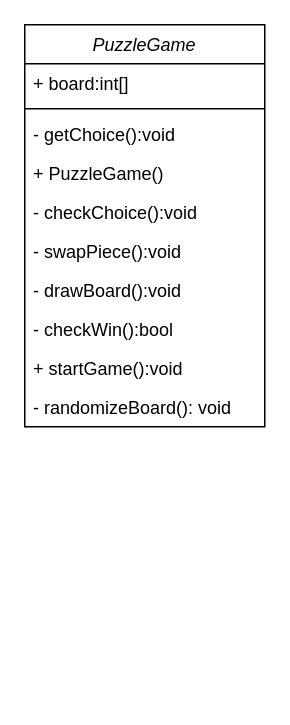
Earlier version of the draw.io diagram schema/puzzle class.drawio (deeperj/rust). Source tidied: cells renumbered, new cells numbered last; positions are measured from the earlier drawing's top-left corner, leaving out a move shared by most shapes. Both pictures are drawn from the tidied source at 150%, with x=0, y=0 at pixel (24, 24).
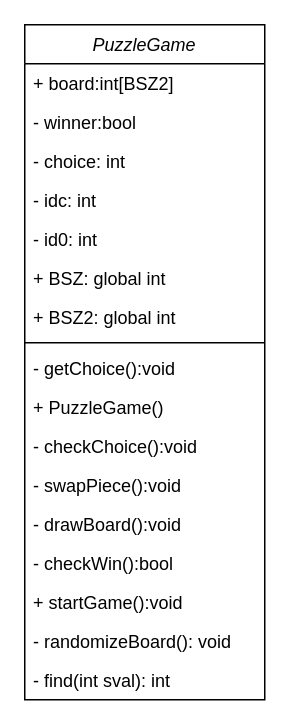
The same page after the edit.

Diff of the diagram source:
```diff
@@
 <mxGraphModel>
   <root>
     <mxCell id="0" />
     <mxCell id="1" parent="0" />
     <mxCell id="2" value="PuzzleGame" style="swimlane;fontStyle=2;align=center;verticalAlign=top;horizontal=1;startSize=26;rounded=0;shadow=0;strokeWidth=1;" parent="1" vertex="1">
-      <mxGeometry width="160" height="268" as="geometry" />
+      <mxGeometry width="160" height="450" as="geometry" />
     </mxCell>
+    <mxCell id="13" value="+ board:int[BSZ2]" style="text;align=left;verticalAlign=top;spacingLeft=4;spacingRight=4;overflow=hidden;" parent="2" vertex="1">
+      <mxGeometry y="26" width="160" height="26" as="geometry" />
+    </mxCell>
+    <mxCell id="14" value="- winner:bool" style="text;align=left;verticalAlign=top;spacingLeft=4;spacingRight=4;overflow=hidden;" parent="2" vertex="1">
+      <mxGeometry y="52" width="160" height="26" as="geometry" />
+    </mxCell>
+    <mxCell id="15" value="- choice: int" style="text;align=left;verticalAlign=top;spacingLeft=4;spacingRight=4;overflow=hidden;" parent="2" vertex="1">
+      <mxGeometry y="78" width="160" height="26" as="geometry" />
+    </mxCell>
+    <mxCell id="16" value="- idc: int" style="text;align=left;verticalAlign=top;spacingLeft=4;spacingRight=4;overflow=hidden;" parent="2" vertex="1">
+      <mxGeometry y="104" width="160" height="26" as="geometry" />
+    </mxCell>
+    <mxCell id="17" value="- id0: int" style="text;align=left;verticalAlign=top;spacingLeft=4;spacingRight=4;overflow=hidden;" parent="2" vertex="1">
+      <mxGeometry y="130" width="160" height="26" as="geometry" />
+    </mxCell>
+    <mxCell id="18" value="+ BSZ: global int" style="text;align=left;verticalAlign=top;spacingLeft=4;spacingRight=4;overflow=hidden;" parent="2" vertex="1">
+      <mxGeometry y="156" width="160" height="26" as="geometry" />
+    </mxCell>
-    <mxCell id="3" value="+ board:int[]" style="text;align=left;verticalAlign=top;spacingLeft=4;spacingRight=4;overflow=hidden;" parent="2" vertex="1">
-      <mxGeometry y="26" width="160" height="26" as="geometry" />
+    <mxCell id="3" value="+ BSZ2: global int" style="text;align=left;verticalAlign=top;spacingLeft=4;spacingRight=4;overflow=hidden;" parent="2" vertex="1">
+      <mxGeometry y="182" width="160" height="26" as="geometry" />
     </mxCell>
     <mxCell id="4" style="line;html=1;strokeWidth=1;align=left;verticalAlign=middle;spacingTop=-1;spacingLeft=3;spacingRight=3;labelPosition=right;" parent="2" vertex="1">
-      <mxGeometry y="52" width="160" height="8" as="geometry" />
+      <mxGeometry y="208" width="160" height="8" as="geometry" />
     </mxCell>
     <mxCell id="5" value="- getChoice():void" style="text;align=left;verticalAlign=top;spacingLeft=4;spacingRight=4;overflow=hidden;rounded=0;shadow=0;html=0;" parent="2" vertex="1">
-      <mxGeometry y="60" width="160" height="26" as="geometry" />
+      <mxGeometry y="216" width="160" height="26" as="geometry" />
     </mxCell>
     <mxCell id="6" value="+ PuzzleGame()" style="text;align=left;verticalAlign=top;spacingLeft=4;spacingRight=4;overflow=hidden;rounded=0;shadow=0;html=0;" parent="2" vertex="1">
-      <mxGeometry y="86" width="160" height="26" as="geometry" />
+      <mxGeometry y="242" width="160" height="26" as="geometry" />
     </mxCell>
     <mxCell id="7" value="- checkChoice():void" style="text;align=left;verticalAlign=top;spacingLeft=4;spacingRight=4;overflow=hidden;" parent="2" vertex="1">
-      <mxGeometry y="112" width="160" height="26" as="geometry" />
+      <mxGeometry y="268" width="160" height="26" as="geometry" />
     </mxCell>
     <mxCell id="8" value="- swapPiece():void" style="text;align=left;verticalAlign=top;spacingLeft=4;spacingRight=4;overflow=hidden;" parent="2" vertex="1">
-      <mxGeometry y="138" width="160" height="26" as="geometry" />
+      <mxGeometry y="294" width="160" height="26" as="geometry" />
     </mxCell>
     <mxCell id="9" value="- drawBoard():void" style="text;align=left;verticalAlign=top;spacingLeft=4;spacingRight=4;overflow=hidden;" parent="2" vertex="1">
-      <mxGeometry y="164" width="160" height="26" as="geometry" />
+      <mxGeometry y="320" width="160" height="26" as="geometry" />
     </mxCell>
     <mxCell id="10" value="- checkWin():bool" style="text;align=left;verticalAlign=top;spacingLeft=4;spacingRight=4;overflow=hidden;" parent="2" vertex="1">
-      <mxGeometry y="190" width="160" height="26" as="geometry" />
+      <mxGeometry y="346" width="160" height="26" as="geometry" />
     </mxCell>
     <mxCell id="11" value="+ startGame():void" style="text;align=left;verticalAlign=top;spacingLeft=4;spacingRight=4;overflow=hidden;" parent="2" vertex="1">
-      <mxGeometry y="216" width="160" height="26" as="geometry" />
+      <mxGeometry y="372" width="160" height="26" as="geometry" />
     </mxCell>
+    <mxCell id="19" value="- randomizeBoard(): void" style="text;align=left;verticalAlign=top;spacingLeft=4;spacingRight=4;overflow=hidden;" parent="2" vertex="1">
+      <mxGeometry y="398" width="160" height="26" as="geometry" />
+    </mxCell>
-    <mxCell id="12" value="- randomizeBoard(): void" style="text;align=left;verticalAlign=top;spacingLeft=4;spacingRight=4;overflow=hidden;" parent="2" vertex="1">
-      <mxGeometry y="242" width="160" height="26" as="geometry" />
+    <mxCell id="12" value="- find(int sval): int" style="text;align=left;verticalAlign=top;spacingLeft=4;spacingRight=4;overflow=hidden;" parent="2" vertex="1">
+      <mxGeometry y="424" width="160" height="26" as="geometry" />
     </mxCell>
   </root>
 </mxGraphModel>
```
